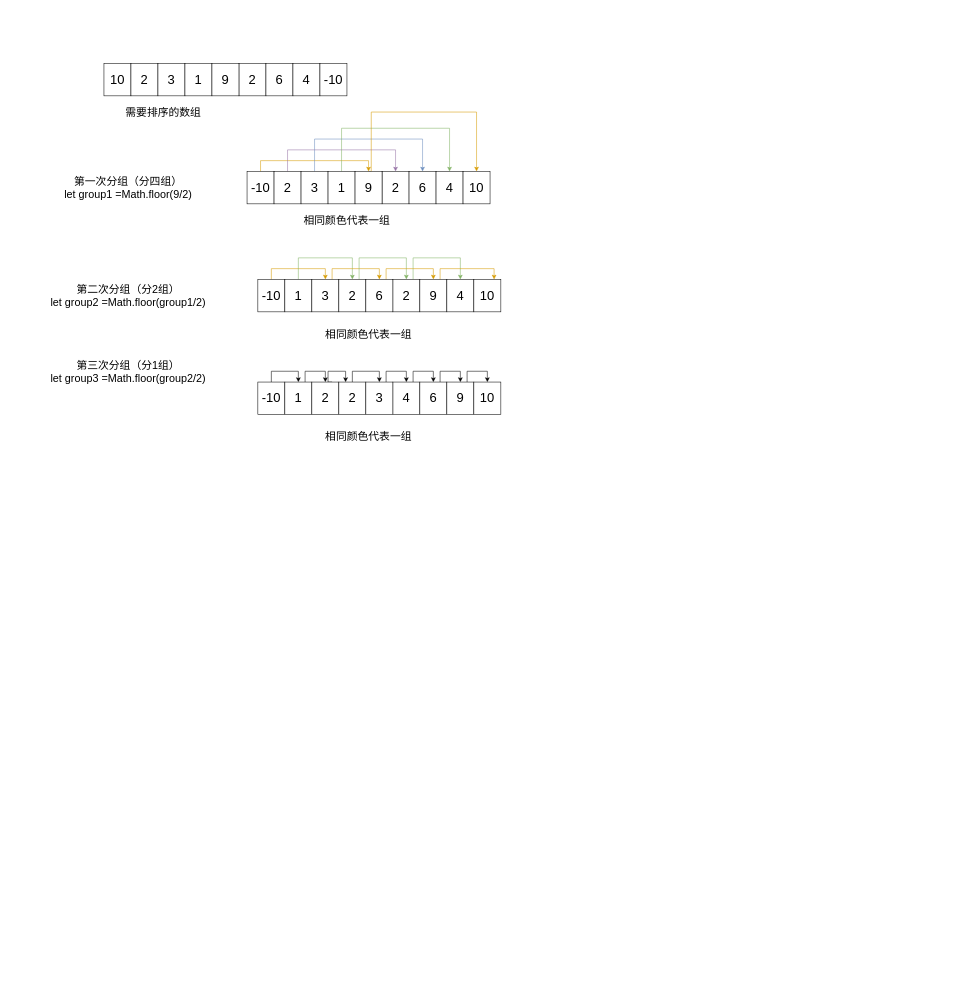
This is docs/process-graph/algorithm.drawio from huskyAreYouScared/blog, a draw.io file, before an edit. Source tidied: cells renumbered, new cells numbered last; positions are measured from the earlier drawing's top-left corner, leaving out a move shared by most shapes. Both pictures are drawn from the tidied source at 54%, with x=0, y=0 at pixel (36, 63).
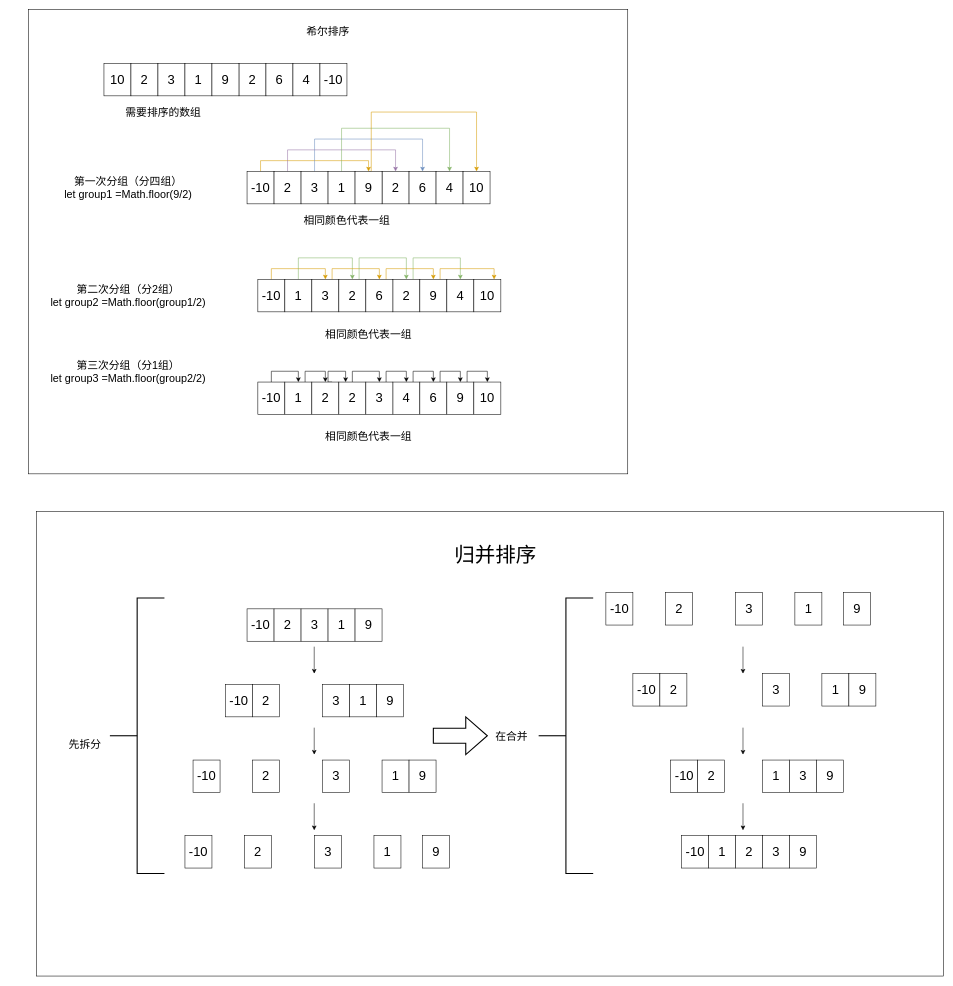
After the change.

Commit message (it also covers changes not shown here):
algorithm update ,add mergeSort

Diff of the diagram source:
```diff
@@
+    <mxCell id="65" style="rounded=0;whiteSpace=wrap;html=1;" parent="1" vertex="1">
+      <mxGeometry y="830" width="1680" height="860" as="geometry" />
+    </mxCell>
+    <mxCell id="66" style="rounded=0;whiteSpace=wrap;html=1;" parent="1" vertex="1">
+      <mxGeometry x="-15" y="-100" width="1110" height="860" as="geometry" />
+    </mxCell>
@@
+    <mxCell id="67" value="&lt;font style=&quot;font-size: 20px&quot;&gt;希尔排序&lt;br&gt;&lt;/font&gt;" style="text;html=1;strokeColor=none;fillColor=none;align=center;verticalAlign=middle;whiteSpace=wrap;rounded=0;" parent="1" vertex="1">
+      <mxGeometry x="400" y="-70" width="280" height="20" as="geometry" />
+    </mxCell>
+    <mxCell id="68" value="&lt;font&gt;&lt;font style=&quot;font-size: 38px&quot;&gt;归并排序&lt;/font&gt;&lt;br&gt;&lt;/font&gt;" style="text;html=1;strokeColor=none;fillColor=none;align=center;verticalAlign=middle;whiteSpace=wrap;rounded=0;" parent="1" vertex="1">
+      <mxGeometry x="710" y="900" width="280" height="20" as="geometry" />
+    </mxCell>
+    <mxCell id="69" value="&lt;font style=&quot;font-size: 24px&quot;&gt;-10&lt;/font&gt;" style="rounded=0;whiteSpace=wrap;html=1;" parent="1" vertex="1">
+      <mxGeometry x="390" y="1010" width="50" height="60" as="geometry" />
+    </mxCell>
+    <mxCell id="70" value="&lt;font style=&quot;font-size: 24px&quot;&gt;2&lt;/font&gt;" style="rounded=0;whiteSpace=wrap;html=1;" parent="1" vertex="1">
+      <mxGeometry x="440" y="1010" width="50" height="60" as="geometry" />
+    </mxCell>
+    <mxCell id="71" value="&lt;font style=&quot;font-size: 24px&quot;&gt;3&lt;/font&gt;" style="rounded=0;whiteSpace=wrap;html=1;" parent="1" vertex="1">
+      <mxGeometry x="490" y="1010" width="50" height="60" as="geometry" />
+    </mxCell>
+    <mxCell id="72" value="&lt;font style=&quot;font-size: 24px&quot;&gt;1&lt;/font&gt;" style="rounded=0;whiteSpace=wrap;html=1;" parent="1" vertex="1">
+      <mxGeometry x="540" y="1010" width="50" height="60" as="geometry" />
+    </mxCell>
+    <mxCell id="73" value="&lt;font style=&quot;font-size: 24px&quot;&gt;9&lt;/font&gt;" style="rounded=0;whiteSpace=wrap;html=1;" parent="1" vertex="1">
+      <mxGeometry x="590" y="1010" width="50" height="60" as="geometry" />
+    </mxCell>
+    <mxCell id="74" style="endArrow=classic;html=1;" parent="1" edge="1">
+      <mxGeometry relative="1" as="geometry">
+        <mxPoint x="514.4" y="1080" as="sourcePoint" />
+        <mxPoint x="514.4" y="1130" as="targetPoint" />
+      </mxGeometry>
+    </mxCell>
+    <mxCell id="75" value="&lt;font style=&quot;font-size: 24px&quot;&gt;-10&lt;/font&gt;" style="rounded=0;whiteSpace=wrap;html=1;" parent="1" vertex="1">
+      <mxGeometry x="350" y="1150" width="50" height="60" as="geometry" />
+    </mxCell>
+    <mxCell id="76" value="&lt;font style=&quot;font-size: 24px&quot;&gt;2&lt;/font&gt;" style="rounded=0;whiteSpace=wrap;html=1;" parent="1" vertex="1">
+      <mxGeometry x="400" y="1150" width="50" height="60" as="geometry" />
+    </mxCell>
+    <mxCell id="77" value="&lt;font style=&quot;font-size: 24px&quot;&gt;3&lt;/font&gt;" style="rounded=0;whiteSpace=wrap;html=1;" parent="1" vertex="1">
+      <mxGeometry x="530" y="1150" width="50" height="60" as="geometry" />
+    </mxCell>
+    <mxCell id="78" value="&lt;font style=&quot;font-size: 24px&quot;&gt;1&lt;/font&gt;" style="rounded=0;whiteSpace=wrap;html=1;" parent="1" vertex="1">
+      <mxGeometry x="580" y="1150" width="50" height="60" as="geometry" />
+    </mxCell>
+    <mxCell id="79" value="&lt;font style=&quot;font-size: 24px&quot;&gt;9&lt;/font&gt;" style="rounded=0;whiteSpace=wrap;html=1;" parent="1" vertex="1">
+      <mxGeometry x="630" y="1150" width="50" height="60" as="geometry" />
+    </mxCell>
+    <mxCell id="80" value="&lt;font style=&quot;font-size: 24px&quot;&gt;-10&lt;/font&gt;" style="rounded=0;whiteSpace=wrap;html=1;" parent="1" vertex="1">
+      <mxGeometry x="290" y="1290" width="50" height="60" as="geometry" />
+    </mxCell>
+    <mxCell id="81" value="&lt;font style=&quot;font-size: 24px&quot;&gt;2&lt;/font&gt;" style="rounded=0;whiteSpace=wrap;html=1;" parent="1" vertex="1">
+      <mxGeometry x="400" y="1290" width="50" height="60" as="geometry" />
+    </mxCell>
+    <mxCell id="82" value="&lt;font style=&quot;font-size: 24px&quot;&gt;3&lt;/font&gt;" style="rounded=0;whiteSpace=wrap;html=1;" parent="1" vertex="1">
+      <mxGeometry x="530" y="1290" width="50" height="60" as="geometry" />
+    </mxCell>
+    <mxCell id="83" value="&lt;font style=&quot;font-size: 24px&quot;&gt;1&lt;/font&gt;" style="rounded=0;whiteSpace=wrap;html=1;" parent="1" vertex="1">
+      <mxGeometry x="640" y="1290" width="50" height="60" as="geometry" />
+    </mxCell>
+    <mxCell id="84" value="&lt;font style=&quot;font-size: 24px&quot;&gt;9&lt;/font&gt;" style="rounded=0;whiteSpace=wrap;html=1;" parent="1" vertex="1">
+      <mxGeometry x="690" y="1290" width="50" height="60" as="geometry" />
+    </mxCell>
+    <mxCell id="85" value="&lt;font style=&quot;font-size: 24px&quot;&gt;-10&lt;/font&gt;" style="rounded=0;whiteSpace=wrap;html=1;" parent="1" vertex="1">
+      <mxGeometry x="275" y="1430" width="50" height="60" as="geometry" />
+    </mxCell>
+    <mxCell id="86" value="&lt;font style=&quot;font-size: 24px&quot;&gt;2&lt;/font&gt;" style="rounded=0;whiteSpace=wrap;html=1;" parent="1" vertex="1">
+      <mxGeometry x="385" y="1430" width="50" height="60" as="geometry" />
+    </mxCell>
+    <mxCell id="87" value="&lt;font style=&quot;font-size: 24px&quot;&gt;3&lt;/font&gt;" style="rounded=0;whiteSpace=wrap;html=1;" parent="1" vertex="1">
+      <mxGeometry x="515" y="1430" width="50" height="60" as="geometry" />
+    </mxCell>
+    <mxCell id="88" value="&lt;font style=&quot;font-size: 24px&quot;&gt;1&lt;/font&gt;" style="rounded=0;whiteSpace=wrap;html=1;" parent="1" vertex="1">
+      <mxGeometry x="625" y="1430" width="50" height="60" as="geometry" />
+    </mxCell>
+    <mxCell id="89" value="&lt;font style=&quot;font-size: 24px&quot;&gt;9&lt;/font&gt;" style="rounded=0;whiteSpace=wrap;html=1;" parent="1" vertex="1">
+      <mxGeometry x="715" y="1430" width="50" height="60" as="geometry" />
+    </mxCell>
+    <mxCell id="90" style="endArrow=classic;html=1;" parent="1" edge="1">
+      <mxGeometry relative="1" as="geometry">
+        <mxPoint x="514.4" y="1230" as="sourcePoint" />
+        <mxPoint x="514.4" y="1280" as="targetPoint" />
+      </mxGeometry>
+    </mxCell>
+    <mxCell id="91" style="endArrow=classic;html=1;" parent="1" edge="1">
+      <mxGeometry relative="1" as="geometry">
+        <mxPoint x="514.4" y="1370" as="sourcePoint" />
+        <mxPoint x="514.4" y="1420" as="targetPoint" />
+      </mxGeometry>
+    </mxCell>
+    <mxCell id="92" value="&lt;font style=&quot;font-size: 20px&quot;&gt;先拆分&lt;br&gt;&lt;/font&gt;" style="text;html=1;strokeColor=none;fillColor=none;align=center;verticalAlign=middle;whiteSpace=wrap;rounded=0;" parent="1" vertex="1">
+      <mxGeometry x="-50" y="1250" width="280" height="20" as="geometry" />
+    </mxCell>
+    <mxCell id="93" style="strokeWidth=2;html=1;shape=mxgraph.flowchart.annotation_2;align=left;labelPosition=right;" parent="1" vertex="1">
+      <mxGeometry x="136" y="990" width="101" height="510" as="geometry" />
+    </mxCell>
+    <mxCell id="94" value="&lt;font style=&quot;font-size: 24px&quot;&gt;-10&lt;/font&gt;" style="rounded=0;whiteSpace=wrap;html=1;" parent="1" vertex="1">
+      <mxGeometry x="1194.5" y="1430" width="50" height="60" as="geometry" />
+    </mxCell>
+    <mxCell id="95" value="&lt;font style=&quot;font-size: 24px&quot;&gt;2&lt;/font&gt;" style="rounded=0;whiteSpace=wrap;html=1;" parent="1" vertex="1">
+      <mxGeometry x="1294.5" y="1430" width="50" height="60" as="geometry" />
+    </mxCell>
+    <mxCell id="96" value="&lt;font style=&quot;font-size: 24px&quot;&gt;3&lt;/font&gt;" style="rounded=0;whiteSpace=wrap;html=1;" parent="1" vertex="1">
+      <mxGeometry x="1344.5" y="1430" width="50" height="60" as="geometry" />
+    </mxCell>
+    <mxCell id="97" value="&lt;font style=&quot;font-size: 24px&quot;&gt;1&lt;/font&gt;" style="rounded=0;whiteSpace=wrap;html=1;" parent="1" vertex="1">
+      <mxGeometry x="1244.5" y="1430" width="50" height="60" as="geometry" />
+    </mxCell>
+    <mxCell id="98" value="&lt;font style=&quot;font-size: 24px&quot;&gt;9&lt;/font&gt;" style="rounded=0;whiteSpace=wrap;html=1;" parent="1" vertex="1">
+      <mxGeometry x="1394.5" y="1430" width="50" height="60" as="geometry" />
+    </mxCell>
+    <mxCell id="99" style="endArrow=classic;html=1;" parent="1" edge="1">
+      <mxGeometry relative="1" as="geometry">
+        <mxPoint x="1308.4" y="1080" as="sourcePoint" />
+        <mxPoint x="1308.4" y="1130" as="targetPoint" />
+      </mxGeometry>
+    </mxCell>
+    <mxCell id="100" value="&lt;font style=&quot;font-size: 24px&quot;&gt;-10&lt;/font&gt;" style="rounded=0;whiteSpace=wrap;html=1;" parent="1" vertex="1">
+      <mxGeometry x="1174.5" y="1290" width="50" height="60" as="geometry" />
+    </mxCell>
+    <mxCell id="101" value="&lt;font style=&quot;font-size: 24px&quot;&gt;2&lt;/font&gt;" style="rounded=0;whiteSpace=wrap;html=1;" parent="1" vertex="1">
+      <mxGeometry x="1224.5" y="1290" width="50" height="60" as="geometry" />
+    </mxCell>
+    <mxCell id="102" value="&lt;font style=&quot;font-size: 24px&quot;&gt;3&lt;/font&gt;" style="rounded=0;whiteSpace=wrap;html=1;" parent="1" vertex="1">
+      <mxGeometry x="1394.5" y="1290" width="50" height="60" as="geometry" />
+    </mxCell>
+    <mxCell id="103" value="&lt;font style=&quot;font-size: 24px&quot;&gt;1&lt;/font&gt;" style="rounded=0;whiteSpace=wrap;html=1;" parent="1" vertex="1">
+      <mxGeometry x="1344.5" y="1290" width="50" height="60" as="geometry" />
+    </mxCell>
+    <mxCell id="104" value="&lt;font style=&quot;font-size: 24px&quot;&gt;9&lt;/font&gt;" style="rounded=0;whiteSpace=wrap;html=1;" parent="1" vertex="1">
+      <mxGeometry x="1444.5" y="1290" width="50" height="60" as="geometry" />
+    </mxCell>
+    <mxCell id="105" value="&lt;font style=&quot;font-size: 24px&quot;&gt;-10&lt;/font&gt;" style="rounded=0;whiteSpace=wrap;html=1;" parent="1" vertex="1">
+      <mxGeometry x="1104.5" y="1130" width="50" height="60" as="geometry" />
+    </mxCell>
+    <mxCell id="106" value="&lt;font style=&quot;font-size: 24px&quot;&gt;2&lt;/font&gt;" style="rounded=0;whiteSpace=wrap;html=1;" parent="1" vertex="1">
+      <mxGeometry x="1154.5" y="1130" width="50" height="60" as="geometry" />
+    </mxCell>
+    <mxCell id="107" value="&lt;font style=&quot;font-size: 24px&quot;&gt;3&lt;/font&gt;" style="rounded=0;whiteSpace=wrap;html=1;" parent="1" vertex="1">
+      <mxGeometry x="1344.5" y="1130" width="50" height="60" as="geometry" />
+    </mxCell>
+    <mxCell id="108" value="&lt;font style=&quot;font-size: 24px&quot;&gt;1&lt;/font&gt;" style="rounded=0;whiteSpace=wrap;html=1;" parent="1" vertex="1">
+      <mxGeometry x="1454.5" y="1130" width="50" height="60" as="geometry" />
+    </mxCell>
+    <mxCell id="109" value="&lt;font style=&quot;font-size: 24px&quot;&gt;9&lt;/font&gt;" style="rounded=0;whiteSpace=wrap;html=1;" parent="1" vertex="1">
+      <mxGeometry x="1504.5" y="1130" width="50" height="60" as="geometry" />
+    </mxCell>
+    <mxCell id="110" value="&lt;font style=&quot;font-size: 24px&quot;&gt;-10&lt;/font&gt;" style="rounded=0;whiteSpace=wrap;html=1;" parent="1" vertex="1">
+      <mxGeometry x="1054.5" y="980" width="50" height="60" as="geometry" />
+    </mxCell>
+    <mxCell id="111" value="&lt;font style=&quot;font-size: 24px&quot;&gt;2&lt;/font&gt;" style="rounded=0;whiteSpace=wrap;html=1;" parent="1" vertex="1">
+      <mxGeometry x="1164.5" y="980" width="50" height="60" as="geometry" />
+    </mxCell>
+    <mxCell id="112" value="&lt;font style=&quot;font-size: 24px&quot;&gt;3&lt;/font&gt;" style="rounded=0;whiteSpace=wrap;html=1;" parent="1" vertex="1">
+      <mxGeometry x="1294.5" y="980" width="50" height="60" as="geometry" />
+    </mxCell>
+    <mxCell id="113" value="&lt;font style=&quot;font-size: 24px&quot;&gt;1&lt;/font&gt;" style="rounded=0;whiteSpace=wrap;html=1;" parent="1" vertex="1">
+      <mxGeometry x="1404.5" y="980" width="50" height="60" as="geometry" />
+    </mxCell>
+    <mxCell id="114" value="&lt;font style=&quot;font-size: 24px&quot;&gt;9&lt;/font&gt;" style="rounded=0;whiteSpace=wrap;html=1;" parent="1" vertex="1">
+      <mxGeometry x="1494.5" y="980" width="50" height="60" as="geometry" />
+    </mxCell>
+    <mxCell id="115" style="endArrow=classic;html=1;" parent="1" edge="1">
+      <mxGeometry relative="1" as="geometry">
+        <mxPoint x="1308.4" y="1230" as="sourcePoint" />
+        <mxPoint x="1308.4" y="1280" as="targetPoint" />
+      </mxGeometry>
+    </mxCell>
+    <mxCell id="116" style="endArrow=classic;html=1;" parent="1" edge="1">
+      <mxGeometry relative="1" as="geometry">
+        <mxPoint x="1308.4" y="1370" as="sourcePoint" />
+        <mxPoint x="1308.4" y="1420" as="targetPoint" />
+      </mxGeometry>
+    </mxCell>
+    <mxCell id="117" style="strokeWidth=2;html=1;shape=mxgraph.flowchart.annotation_2;align=left;labelPosition=right;" parent="1" vertex="1">
+      <mxGeometry x="930" y="990" width="101" height="510" as="geometry" />
+    </mxCell>
+    <mxCell id="118" value="&lt;font style=&quot;font-size: 20px&quot;&gt;在合并&lt;br&gt;&lt;/font&gt;" style="text;html=1;strokeColor=none;fillColor=none;align=center;verticalAlign=middle;whiteSpace=wrap;rounded=0;" parent="1" vertex="1">
+      <mxGeometry x="740" y="1235" width="280" height="20" as="geometry" />
+    </mxCell>
+    <mxCell id="119" style="verticalLabelPosition=bottom;verticalAlign=top;html=1;strokeWidth=2;shape=mxgraph.arrows2.arrow;dy=0.6;dx=40;notch=0;" parent="1" vertex="1">
+      <mxGeometry x="735" y="1210" width="100" height="70" as="geometry" />
+    </mxCell>
+    <mxCell id="120" style="edgeStyle=orthogonalEdgeStyle;rounded=0;orthogonalLoop=1;jettySize=auto;html=1;exitX=0.5;exitY=1;exitDx=0;exitDy=0;" parent="1" edge="1" source="118" target="118">
+      <mxGeometry relative="1" as="geometry" />
+    </mxCell>
```
